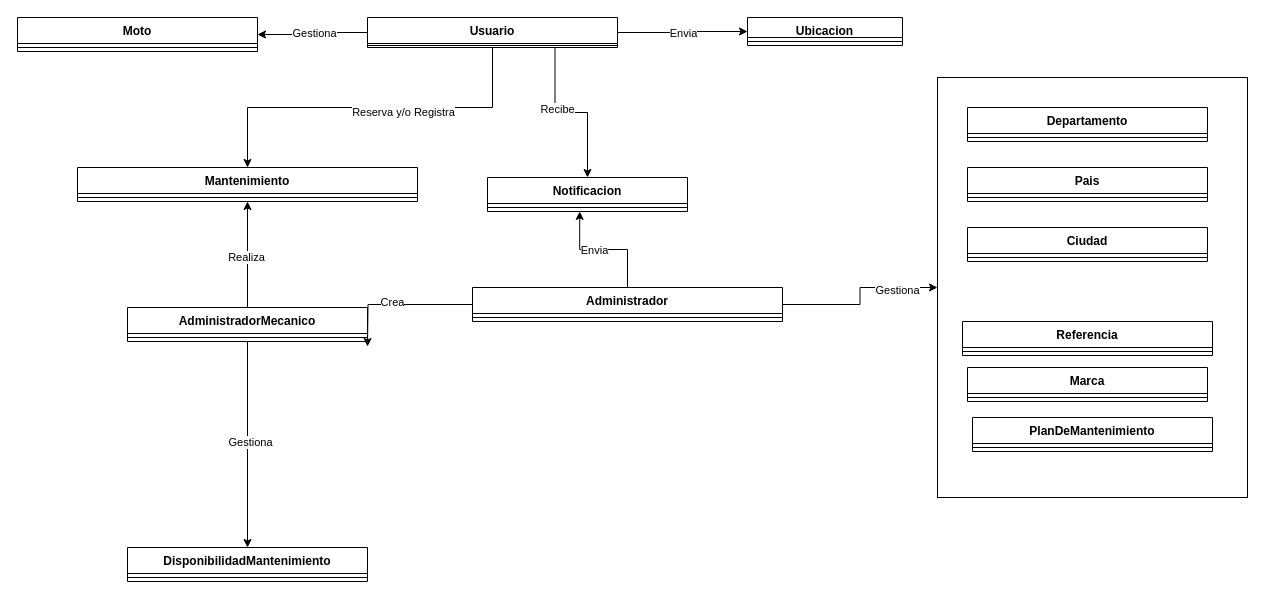
This is page "Code Diagram" (4 of 4) of Diagrama_C4_DinoTrack.drawio from david-med/archivos, a draw.io file, before an edit. Source tidied: cells renumbered, new cells numbered last; positions are measured from the earlier drawing's top-left corner, leaving out a move shared by most shapes. Both pictures are drawn from the tidied source at 100%, with x=0, y=0 at pixel (17, 17).
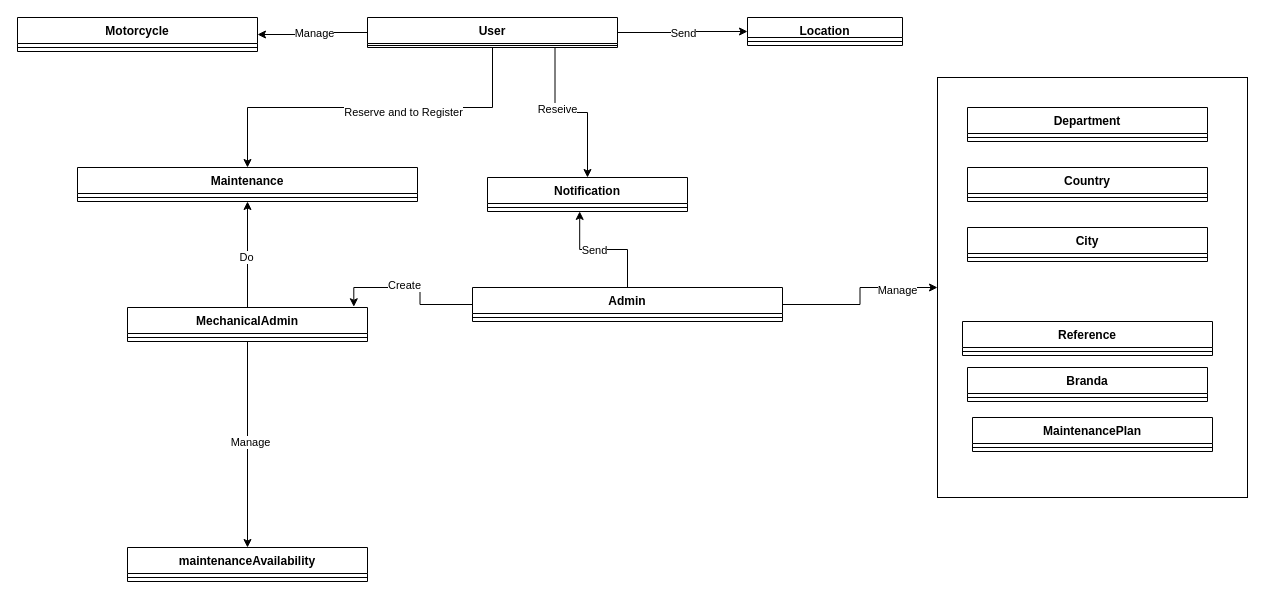
The same page after the edit.

Unchanged cells that the change refers to:
```xml
<mxCell id="3" style="edgeStyle=orthogonalEdgeStyle;rounded=0;jettySize=auto;html=1;entryX=1;entryY=0.5;entryDx=0;entryDy=0;" parent="1" edge="1" source="9" target="29">
  <mxGeometry relative="1" as="geometry" />
</mxCell>
<mxCell id="5" style="edgeStyle=orthogonalEdgeStyle;rounded=0;jettySize=auto;html=1;exitX=0.5;exitY=1;exitDx=0;exitDy=0;" parent="1" edge="1" source="9" target="39">
  <mxGeometry relative="1" as="geometry" />
</mxCell>
<mxCell id="7" style="edgeStyle=orthogonalEdgeStyle;rounded=0;jettySize=auto;html=1;entryX=0;entryY=0.5;entryDx=0;entryDy=0;" parent="1" edge="1" source="9" target="47">
  <mxGeometry relative="1" as="geometry" />
</mxCell>
<mxCell id="11" style="edgeStyle=orthogonalEdgeStyle;rounded=0;jettySize=auto;html=1;entryX=0.5;entryY=0;entryDx=0;entryDy=0;" parent="1" edge="1" source="15" target="37">
  <mxGeometry relative="1" as="geometry" />
</mxCell>
<mxCell id="13" style="edgeStyle=orthogonalEdgeStyle;rounded=0;jettySize=auto;html=1;entryX=0.5;entryY=1;entryDx=0;entryDy=0;" parent="1" edge="1" source="15" target="39">
  <mxGeometry relative="1" as="geometry" />
</mxCell>
<mxCell id="17" style="edgeStyle=orthogonalEdgeStyle;rounded=0;jettySize=auto;html=1;entryX=0;entryY=0.5;entryDx=0;entryDy=0;" parent="1" edge="1" source="21" target="2">
  <mxGeometry relative="1" as="geometry" />
</mxCell>
<mxCell id="43" style="edgeStyle=orthogonalEdgeStyle;rounded=0;jettySize=auto;html=1;entryX=0.461;entryY=0.993;entryDx=0;entryDy=0;entryPerimeter=0;" parent="1" edge="1" source="21" target="42">
  <mxGeometry relative="1" as="geometry" />
</mxCell>
<mxCell id="45" style="edgeStyle=orthogonalEdgeStyle;rounded=0;jettySize=auto;html=1;exitX=0.75;exitY=1;exitDx=0;exitDy=0;entryX=0.5;entryY=0;entryDx=0;entryDy=0;" parent="1" edge="1" source="9" target="41">
  <mxGeometry relative="1" as="geometry" />
</mxCell>
```

Diff of the diagram source:
```diff
@@
-    <mxCell id="4" value="Gestiona" style="edgeLabel;html=1;align=center;verticalAlign=middle;" parent="3" vertex="1">
+    <mxCell id="4" value="Manage" style="edgeLabel;html=1;align=center;verticalAlign=middle;" parent="3" vertex="1">
       <mxGeometry x="-0.01" y="1" relative="1" as="geometry" />
     </mxCell>
@@
-    <mxCell id="6" value="Reserva y/o Registra" style="edgeLabel;html=1;align=center;verticalAlign=middle;" parent="5" vertex="1">
+    <mxCell id="6" value="Reserve and to Register" style="edgeLabel;html=1;align=center;verticalAlign=middle;" parent="5" vertex="1">
       <mxGeometry x="-0.18" y="4" relative="1" as="geometry" />
     </mxCell>
@@
-    <mxCell id="8" value="Envia" style="edgeLabel;html=1;align=center;verticalAlign=middle;" parent="7" vertex="1">
+    <mxCell id="8" value="Send" style="edgeLabel;html=1;align=center;verticalAlign=middle;" parent="7" vertex="1">
       <mxGeometry y="-1" relative="1" as="geometry" />
     </mxCell>
-    <mxCell id="9" value="Usuario" style="swimlane;fontStyle=1;align=center;verticalAlign=top;horizontal=1;startSize=26;whiteSpace=wrap;html=1;" parent="1" vertex="1">
+    <mxCell id="9" value="User" style="swimlane;fontStyle=1;align=center;verticalAlign=top;horizontal=1;startSize=26;whiteSpace=wrap;html=1;" parent="1" vertex="1">
       <mxGeometry x="350" width="250" height="30" as="geometry" />
     </mxCell>
@@
-    <mxCell id="12" value="Gestiona" style="edgeLabel;html=1;align=center;verticalAlign=middle;" parent="11" vertex="1">
+    <mxCell id="12" value="Manage" style="edgeLabel;html=1;align=center;verticalAlign=middle;" parent="11" vertex="1">
       <mxGeometry x="-0.04" y="2" relative="1" as="geometry">
         <mxPoint y="1" as="offset" />
       </mxGeometry>
     </mxCell>
@@
-    <mxCell id="14" value="Realiza" style="edgeLabel;html=1;align=center;verticalAlign=middle;" parent="13" vertex="1">
+    <mxCell id="14" value="Do" style="edgeLabel;html=1;align=center;verticalAlign=middle;" parent="13" vertex="1">
       <mxGeometry x="-0.04" y="1" relative="1" as="geometry">
         <mxPoint x="-1" as="offset" />
       </mxGeometry>
     </mxCell>
-    <mxCell id="15" value="AdministradorMecanico" style="swimlane;fontStyle=1;align=center;verticalAlign=top;horizontal=1;startSize=26;whiteSpace=wrap;html=1;" parent="1" vertex="1">
+    <mxCell id="15" value="MechanicalAdmin" style="swimlane;fontStyle=1;align=center;verticalAlign=top;horizontal=1;startSize=26;whiteSpace=wrap;html=1;" parent="1" vertex="1">
       <mxGeometry x="110" y="290" width="240" height="34" as="geometry" />
     </mxCell>
@@
-    <mxCell id="18" value="Gestiona" style="edgeLabel;html=1;align=center;verticalAlign=middle;" parent="17" vertex="1">
+    <mxCell id="18" value="Manage" style="edgeLabel;html=1;align=center;verticalAlign=middle;" parent="17" vertex="1">
       <mxGeometry x="0.52" y="-2" relative="1" as="geometry" />
     </mxCell>
-    <mxCell id="19" style="edgeStyle=orthogonalEdgeStyle;rounded=0;jettySize=auto;html=1;entryX=1;entryY=0.5;entryDx=0;entryDy=0;" parent="1" edge="1" source="21">
-      <mxGeometry relative="1" as="geometry">
-        <mxPoint x="350" y="329" as="targetPoint" />
-      </mxGeometry>
+    <mxCell id="19" style="edgeStyle=orthogonalEdgeStyle;rounded=0;jettySize=auto;html=1;entryX=0.943;entryY=-0.022;entryDx=0;entryDy=0;entryPerimeter=0;" parent="1" edge="1" source="21" target="15">
+      <mxGeometry relative="1" as="geometry" />
     </mxCell>
-    <mxCell id="20" value="Crea" style="edgeLabel;html=1;align=center;verticalAlign=middle;" parent="19" vertex="1">
+    <mxCell id="20" value="Create" style="edgeLabel;html=1;align=center;verticalAlign=middle;" parent="19" vertex="1">
       <mxGeometry x="0.11" y="-3" relative="1" as="geometry" />
     </mxCell>
-    <mxCell id="21" value="Administrador" style="swimlane;fontStyle=1;align=center;verticalAlign=top;horizontal=1;startSize=26;whiteSpace=wrap;html=1;" parent="1" vertex="1">
+    <mxCell id="21" value="Admin" style="swimlane;fontStyle=1;align=center;verticalAlign=top;horizontal=1;startSize=26;whiteSpace=wrap;html=1;" parent="1" vertex="1">
       <mxGeometry x="455" y="270" width="310" height="34" as="geometry" />
     </mxCell>
@@
-    <mxCell id="23" value="Ciudad" style="swimlane;fontStyle=1;align=center;verticalAlign=top;horizontal=1;startSize=26;whiteSpace=wrap;html=1;" parent="1" vertex="1">
+    <mxCell id="23" value="City" style="swimlane;fontStyle=1;align=center;verticalAlign=top;horizontal=1;startSize=26;whiteSpace=wrap;html=1;" parent="1" vertex="1">
       <mxGeometry x="950" y="210" width="240" height="34" as="geometry" />
     </mxCell>
@@
-    <mxCell id="25" value="Departamento" style="swimlane;fontStyle=1;align=center;verticalAlign=top;horizontal=1;startSize=26;whiteSpace=wrap;html=1;" parent="1" vertex="1">
+    <mxCell id="25" value="Department" style="swimlane;fontStyle=1;align=center;verticalAlign=top;horizontal=1;startSize=26;whiteSpace=wrap;html=1;" parent="1" vertex="1">
       <mxGeometry x="950" y="90" width="240" height="34" as="geometry" />
     </mxCell>
@@
-    <mxCell id="27" value="Pais" style="swimlane;fontStyle=1;align=center;verticalAlign=top;horizontal=1;startSize=26;whiteSpace=wrap;html=1;" parent="1" vertex="1">
+    <mxCell id="27" value="Country" style="swimlane;fontStyle=1;align=center;verticalAlign=top;horizontal=1;startSize=26;whiteSpace=wrap;html=1;" parent="1" vertex="1">
       <mxGeometry x="950" y="150" width="240" height="34" as="geometry" />
     </mxCell>
@@
-    <mxCell id="29" value="Moto" style="swimlane;fontStyle=1;align=center;verticalAlign=top;horizontal=1;startSize=26;whiteSpace=wrap;html=1;" parent="1" vertex="1">
+    <mxCell id="29" value="Motorcycle" style="swimlane;fontStyle=1;align=center;verticalAlign=top;horizontal=1;startSize=26;whiteSpace=wrap;html=1;" parent="1" vertex="1">
       <mxGeometry width="240" height="34" as="geometry" />
     </mxCell>
@@
-    <mxCell id="31" value="Referencia" style="swimlane;fontStyle=1;align=center;verticalAlign=top;horizontal=1;startSize=26;whiteSpace=wrap;html=1;" parent="1" vertex="1">
+    <mxCell id="31" value="Reference" style="swimlane;fontStyle=1;align=center;verticalAlign=top;horizontal=1;startSize=26;whiteSpace=wrap;html=1;" parent="1" vertex="1">
       <mxGeometry x="945" y="304" width="250" height="34" as="geometry" />
     </mxCell>
@@
-    <mxCell id="33" value="PlanDeMantenimiento" style="swimlane;fontStyle=1;align=center;verticalAlign=top;horizontal=1;startSize=26;whiteSpace=wrap;html=1;" parent="1" vertex="1">
+    <mxCell id="33" value="MaintenancePlan" style="swimlane;fontStyle=1;align=center;verticalAlign=top;horizontal=1;startSize=26;whiteSpace=wrap;html=1;" parent="1" vertex="1">
       <mxGeometry x="955" y="400" width="240" height="34" as="geometry" />
     </mxCell>
@@
-    <mxCell id="35" value="Marca" style="swimlane;fontStyle=1;align=center;verticalAlign=top;horizontal=1;startSize=26;whiteSpace=wrap;html=1;" parent="1" vertex="1">
+    <mxCell id="35" value="Branda" style="swimlane;fontStyle=1;align=center;verticalAlign=top;horizontal=1;startSize=26;whiteSpace=wrap;html=1;" parent="1" vertex="1">
       <mxGeometry x="950" y="350" width="240" height="34" as="geometry" />
     </mxCell>
@@
-    <mxCell id="37" value="DisponibilidadMantenimiento" style="swimlane;fontStyle=1;align=center;verticalAlign=top;horizontal=1;startSize=26;whiteSpace=wrap;html=1;" parent="1" vertex="1">
+    <mxCell id="37" value="maintenanceAvailability" style="swimlane;fontStyle=1;align=center;verticalAlign=top;horizontal=1;startSize=26;whiteSpace=wrap;html=1;" parent="1" vertex="1">
       <mxGeometry x="110" y="530" width="240" height="34" as="geometry" />
     </mxCell>
@@
-    <mxCell id="39" value="Mantenimiento" style="swimlane;fontStyle=1;align=center;verticalAlign=top;horizontal=1;startSize=26;whiteSpace=wrap;html=1;" parent="1" vertex="1">
+    <mxCell id="39" value="Maintenance" style="swimlane;fontStyle=1;align=center;verticalAlign=top;horizontal=1;startSize=26;whiteSpace=wrap;html=1;" parent="1" vertex="1">
       <mxGeometry x="60" y="150" width="340" height="34" as="geometry" />
     </mxCell>
@@
-    <mxCell id="41" value="Notificacion" style="swimlane;fontStyle=1;align=center;verticalAlign=top;horizontal=1;startSize=26;whiteSpace=wrap;html=1;" parent="1" vertex="1">
+    <mxCell id="41" value="Notification" style="swimlane;fontStyle=1;align=center;verticalAlign=top;horizontal=1;startSize=26;whiteSpace=wrap;html=1;" parent="1" vertex="1">
       <mxGeometry x="470" y="160" width="200" height="34" as="geometry" />
     </mxCell>
@@
-    <mxCell id="44" value="Envia" style="edgeLabel;html=1;align=center;verticalAlign=middle;" parent="43" vertex="1">
+    <mxCell id="44" value="Send" style="edgeLabel;html=1;align=center;verticalAlign=middle;" parent="43" vertex="1">
       <mxGeometry x="0.17" relative="1" as="geometry" />
     </mxCell>
@@
-    <mxCell id="46" value="Recibe" style="edgeLabel;html=1;align=center;verticalAlign=middle;" parent="45" vertex="1">
+    <mxCell id="46" value="Reseive" style="edgeLabel;html=1;align=center;verticalAlign=middle;" parent="45" vertex="1">
       <mxGeometry x="-0.18" y="4" relative="1" as="geometry" />
     </mxCell>
-    <mxCell id="47" value="Ubicacion" style="swimlane;fontStyle=1;align=center;verticalAlign=top;horizontal=1;startSize=20;whiteSpace=wrap;html=1;" parent="1" vertex="1">
+    <mxCell id="47" value="Location" style="swimlane;fontStyle=1;align=center;verticalAlign=top;horizontal=1;startSize=20;whiteSpace=wrap;html=1;" parent="1" vertex="1">
       <mxGeometry x="730" width="155" height="28" as="geometry" />
     </mxCell>
```
